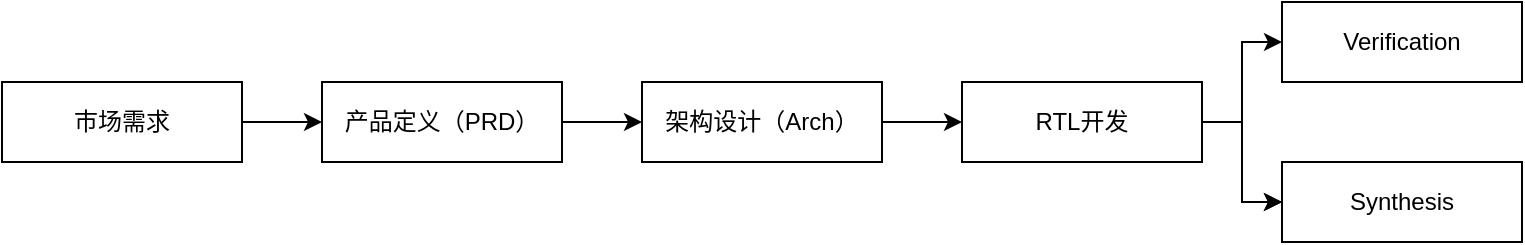
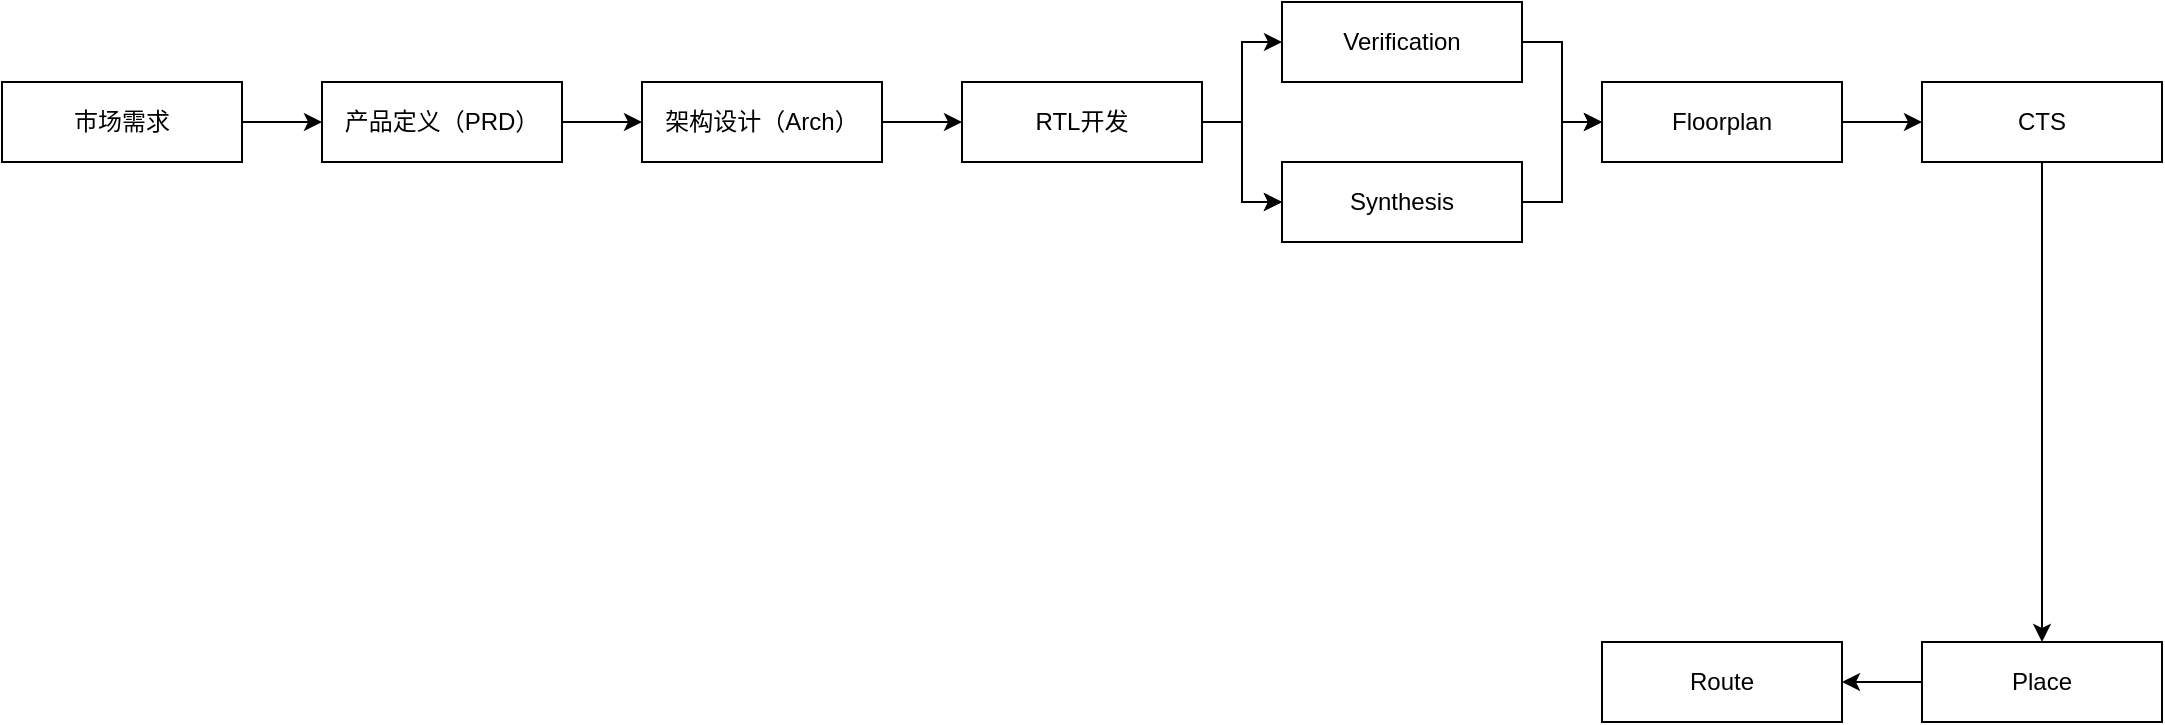
<mxfile host="app.diagrams.net">
  <diagram name="第 1 页" id="KCBWo45Jhq6FbeANtMXA">
    <mxGraphModel dx="1022" dy="538" grid="1" gridSize="10" guides="1" tooltips="1" connect="1" arrows="1" fold="1" page="1" pageScale="1" pageWidth="1169" pageHeight="827" math="0" shadow="0">
      <root>
        <mxCell id="0" />
        <mxCell id="1" parent="0" />
        <mxCell id="0cBzrDOoJQkcRds2v_98-4" edge="1" parent="1" source="0cBzrDOoJQkcRds2v_98-2" style="edgeStyle=orthogonalEdgeStyle;rounded=0;orthogonalLoop=1;jettySize=auto;html=1;" target="0cBzrDOoJQkcRds2v_98-3" value="">
          <mxGeometry relative="1" as="geometry" />
        </mxCell>
        <mxCell id="0cBzrDOoJQkcRds2v_98-2" parent="1" style="rounded=0;whiteSpace=wrap;html=1;fontSize=12;fontFamily=Helvetica;" value="&lt;div&gt;市场需求&lt;/div&gt;" vertex="1">
          <mxGeometry height="40" width="120" x="40" y="120" as="geometry" />
        </mxCell>
        <mxCell id="0cBzrDOoJQkcRds2v_98-6" edge="1" parent="1" source="0cBzrDOoJQkcRds2v_98-3" style="edgeStyle=orthogonalEdgeStyle;rounded=0;orthogonalLoop=1;jettySize=auto;html=1;" target="0cBzrDOoJQkcRds2v_98-5" value="">
          <mxGeometry relative="1" as="geometry" />
        </mxCell>
        <mxCell id="0cBzrDOoJQkcRds2v_98-3" parent="1" style="rounded=0;whiteSpace=wrap;html=1;fontSize=12;" value="&lt;div&gt;产品定义（PRD）&lt;/div&gt;" vertex="1">
          <mxGeometry height="40" width="120" x="200" y="120" as="geometry" />
        </mxCell>
        <mxCell id="0cBzrDOoJQkcRds2v_98-8" edge="1" parent="1" source="0cBzrDOoJQkcRds2v_98-5" style="edgeStyle=orthogonalEdgeStyle;rounded=0;orthogonalLoop=1;jettySize=auto;html=1;" target="0cBzrDOoJQkcRds2v_98-7" value="">
          <mxGeometry relative="1" as="geometry" />
        </mxCell>
        <mxCell id="0cBzrDOoJQkcRds2v_98-5" parent="1" style="rounded=0;whiteSpace=wrap;html=1;fontSize=12;" value="&lt;div&gt;架构设计（Arch）&lt;/div&gt;" vertex="1">
          <mxGeometry height="40" width="120" x="360" y="120" as="geometry" />
        </mxCell>
        <mxCell id="0cBzrDOoJQkcRds2v_98-11" edge="1" parent="1" source="0cBzrDOoJQkcRds2v_98-7" style="edgeStyle=orthogonalEdgeStyle;rounded=0;orthogonalLoop=1;jettySize=auto;html=1;" target="0cBzrDOoJQkcRds2v_98-10" value="">
          <mxGeometry relative="1" as="geometry" />
        </mxCell>
        <mxCell id="0cBzrDOoJQkcRds2v_98-13" edge="1" parent="1" source="0cBzrDOoJQkcRds2v_98-7" style="edgeStyle=orthogonalEdgeStyle;rounded=0;orthogonalLoop=1;jettySize=auto;html=1;" target="0cBzrDOoJQkcRds2v_98-10" value="">
          <mxGeometry relative="1" as="geometry" />
        </mxCell>
        <mxCell id="0cBzrDOoJQkcRds2v_98-7" parent="1" style="rounded=0;whiteSpace=wrap;html=1;fontSize=12;" value="&lt;div&gt;RTL开发&lt;/div&gt;" vertex="1">
          <mxGeometry height="40" width="120" x="520" y="120" as="geometry" />
        </mxCell>
+         <mxCell id="0cBzrDOoJQkcRds2v_98-16" edge="1" parent="1" source="0cBzrDOoJQkcRds2v_98-9" style="edgeStyle=orthogonalEdgeStyle;rounded=0;orthogonalLoop=1;jettySize=auto;html=1;" target="0cBzrDOoJQkcRds2v_98-15" value="">
+           <mxGeometry relative="1" as="geometry" />
+         </mxCell>
        <mxCell id="0cBzrDOoJQkcRds2v_98-9" parent="1" style="rounded=0;whiteSpace=wrap;html=1;fontSize=12;" value="&lt;div&gt;Verification&lt;/div&gt;" vertex="1">
          <mxGeometry height="40" width="120" x="680" y="80" as="geometry" />
        </mxCell>
        <mxCell id="0cBzrDOoJQkcRds2v_98-14" edge="1" parent="1" source="0cBzrDOoJQkcRds2v_98-7" style="edgeStyle=orthogonalEdgeStyle;rounded=0;orthogonalLoop=1;jettySize=auto;html=1;entryX=0;entryY=0.5;entryDx=0;entryDy=0;exitX=1;exitY=0.5;exitDx=0;exitDy=0;" target="0cBzrDOoJQkcRds2v_98-9">
          <mxGeometry relative="1" as="geometry">
            <mxPoint x="560" y="80" as="sourcePoint" />
          </mxGeometry>
        </mxCell>
+         <mxCell id="0cBzrDOoJQkcRds2v_98-17" edge="1" parent="1" source="0cBzrDOoJQkcRds2v_98-10" style="edgeStyle=orthogonalEdgeStyle;rounded=0;orthogonalLoop=1;jettySize=auto;html=1;" target="0cBzrDOoJQkcRds2v_98-15" value="">
+           <mxGeometry relative="1" as="geometry" />
+         </mxCell>
        <mxCell id="0cBzrDOoJQkcRds2v_98-10" parent="1" style="rounded=0;whiteSpace=wrap;html=1;fontSize=12;" value="Synthesis" vertex="1">
          <mxGeometry height="40" width="120" x="680" y="160" as="geometry" />
+         </mxCell>
+         <mxCell id="0cBzrDOoJQkcRds2v_98-21" edge="1" parent="1" source="0cBzrDOoJQkcRds2v_98-15" style="edgeStyle=orthogonalEdgeStyle;rounded=0;orthogonalLoop=1;jettySize=auto;html=1;" target="0cBzrDOoJQkcRds2v_98-18" value="">
+           <mxGeometry relative="1" as="geometry" />
+         </mxCell>
+         <mxCell id="0cBzrDOoJQkcRds2v_98-15" parent="1" style="rounded=0;whiteSpace=wrap;html=1;fontSize=12;" value="&lt;div&gt;Floorplan&lt;/div&gt;" vertex="1">
+           <mxGeometry height="40" width="120" x="840" y="120" as="geometry" />
+         </mxCell>
+         <mxCell id="0cBzrDOoJQkcRds2v_98-22" edge="1" parent="1" source="0cBzrDOoJQkcRds2v_98-18" style="edgeStyle=orthogonalEdgeStyle;rounded=0;orthogonalLoop=1;jettySize=auto;html=1;entryX=0.5;entryY=0;entryDx=0;entryDy=0;" target="0cBzrDOoJQkcRds2v_98-19">
+           <mxGeometry relative="1" as="geometry" />
+         </mxCell>
+         <mxCell id="0cBzrDOoJQkcRds2v_98-18" parent="1" style="rounded=0;whiteSpace=wrap;html=1;fontSize=12;" value="&lt;div&gt;CTS&lt;/div&gt;" vertex="1">
+           <mxGeometry height="40" width="120" x="1000" y="120" as="geometry" />
+         </mxCell>
+         <mxCell id="0cBzrDOoJQkcRds2v_98-23" edge="1" parent="1" source="0cBzrDOoJQkcRds2v_98-19" style="edgeStyle=orthogonalEdgeStyle;rounded=0;orthogonalLoop=1;jettySize=auto;html=1;" target="0cBzrDOoJQkcRds2v_98-20" value="">
+           <mxGeometry relative="1" as="geometry" />
+         </mxCell>
+         <mxCell id="0cBzrDOoJQkcRds2v_98-19" parent="1" style="rounded=0;whiteSpace=wrap;html=1;fontSize=12;" value="&lt;div&gt;Place&lt;/div&gt;" vertex="1">
+           <mxGeometry height="40" width="120" x="1000" y="400" as="geometry" />
+         </mxCell>
+         <mxCell id="0cBzrDOoJQkcRds2v_98-20" parent="1" style="rounded=0;whiteSpace=wrap;html=1;fontSize=12;" value="&lt;div&gt;Route&lt;/div&gt;" vertex="1">
+           <mxGeometry height="40" width="120" x="840" y="400" as="geometry" />
        </mxCell>
      </root>
    </mxGraphModel>
  </diagram>
</mxfile>
